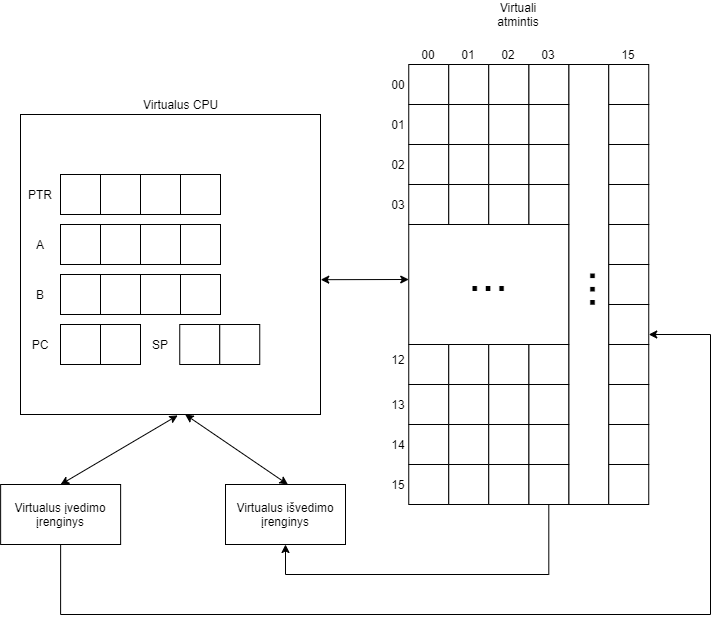
Before: 01lab/diagrams/virtual.png, a diagram exported from draw.io (jokubasb/My-OS). Source tidied: cells renumbered, new cells last; positions are measured from the earlier drawing's top-left corner, leaving out a move shared by most shapes.
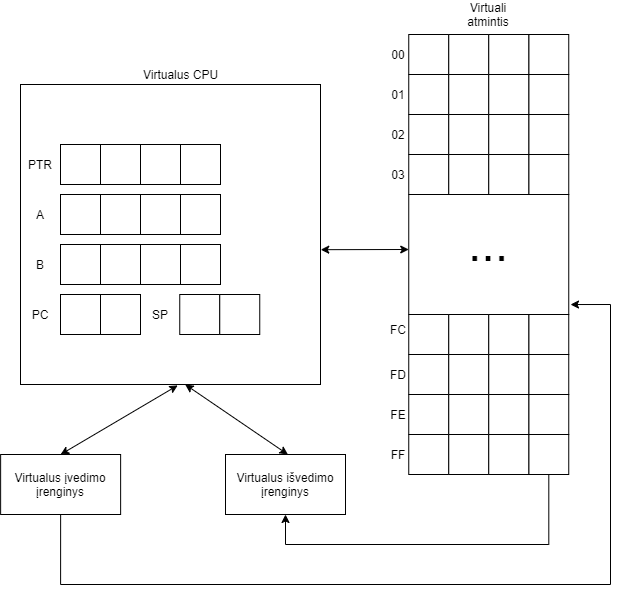
Later version of the same file.

What changed in the source:
```diff
@@ -44,12 +44,12 @@
     <mxCell id="15" value="A" style="text;html=1;strokeColor=none;fillColor=none;align=center;verticalAlign=middle;whiteSpace=wrap;rounded=0;" parent="1" vertex="1">
       <mxGeometry x="20" y="230" width="40" height="20" as="geometry" />
     </mxCell>
-    <mxCell id="16" style="edgeStyle=orthogonalEdgeStyle;rounded=0;jettySize=auto;html=1;entryX=1;entryY=0.75;entryDx=0;entryDy=0;exitX=0.5;exitY=1;exitDx=0;exitDy=0;" parent="1" edge="1" source="17" target="64">
+    <mxCell id="16" style="edgeStyle=orthogonalEdgeStyle;rounded=0;jettySize=auto;html=1;entryX=1.011;entryY=0.917;entryDx=0;entryDy=0;exitX=0.5;exitY=1;exitDx=0;exitDy=0;entryPerimeter=0;" parent="1" edge="1" source="17" target="41">
       <mxGeometry relative="1" as="geometry">
         <Array as="points">
           <mxPoint x="60" y="610" />
-          <mxPoint x="710" y="610" />
-          <mxPoint x="710" y="330" />
+          <mxPoint x="610" y="610" />
+          <mxPoint x="610" y="330" />
         </Array>
       </mxGeometry>
     </mxCell>
@@ -68,7 +68,7 @@
       </mxGeometry>
     </mxCell>
     <mxCell id="20" value="Virtuali&lt;br&gt;atmintis" style="text;html=1;strokeColor=none;fillColor=none;align=center;verticalAlign=middle;whiteSpace=wrap;rounded=0;" parent="1" vertex="1">
-      <mxGeometry x="498.2" width="40" height="20" as="geometry" />
+      <mxGeometry x="468.2" y="30" width="40" height="20" as="geometry" />
     </mxCell>
     <mxCell id="21" value="Virtualus CPU" style="text;html=1;align=center;verticalAlign=middle;" parent="1" vertex="1">
       <mxGeometry x="135" y="90" width="90" height="20" as="geometry" />
@@ -85,9 +85,6 @@
     <mxCell id="25" style="whiteSpace=wrap;html=1;" parent="1" vertex="1">
       <mxGeometry x="448.2" y="60" width="40" height="40" as="geometry" />
     </mxCell>
-    <mxCell id="26" style="rounded=0;whiteSpace=wrap;html=1;" parent="1" vertex="1">
-      <mxGeometry x="568.2" y="60" width="40" height="440" as="geometry" />
-    </mxCell>
     <mxCell id="27" style="whiteSpace=wrap;html=1;" parent="1" vertex="1">
       <mxGeometry x="528.2" y="100" width="40" height="40" as="geometry" />
     </mxCell>
@@ -100,12 +97,6 @@
     <mxCell id="30" style="whiteSpace=wrap;html=1;" parent="1" vertex="1">
       <mxGeometry x="488.2" y="60" width="40" height="40" as="geometry" />
     </mxCell>
-    <mxCell id="31" style="whiteSpace=wrap;html=1;" parent="1" vertex="1">
-      <mxGeometry x="608.2" y="100" width="40" height="40" as="geometry" />
-    </mxCell>
-    <mxCell id="32" style="whiteSpace=wrap;html=1;" parent="1" vertex="1">
-      <mxGeometry x="608.2" y="60" width="40" height="40" as="geometry" />
-    </mxCell>
     <mxCell id="33" style="whiteSpace=wrap;html=1;" parent="1" vertex="1">
       <mxGeometry x="408.2" y="180" width="40" height="40" as="geometry" />
     </mxCell>
@@ -190,39 +181,9 @@
     <mxCell id="58" style="whiteSpace=wrap;html=1;" parent="1" vertex="1">
       <mxGeometry x="488.2" y="420" width="40" height="40" as="geometry" />
     </mxCell>
-    <mxCell id="59" style="whiteSpace=wrap;html=1;" parent="1" vertex="1">
-      <mxGeometry x="608.2" y="180" width="40" height="40" as="geometry" />
-    </mxCell>
-    <mxCell id="60" style="whiteSpace=wrap;html=1;" parent="1" vertex="1">
-      <mxGeometry x="608.2" y="140" width="40" height="40" as="geometry" />
-    </mxCell>
-    <mxCell id="61" style="whiteSpace=wrap;html=1;" parent="1" vertex="1">
-      <mxGeometry x="608.2" y="260" width="40" height="40" as="geometry" />
-    </mxCell>
-    <mxCell id="62" style="whiteSpace=wrap;html=1;" parent="1" vertex="1">
-      <mxGeometry x="608.2" y="220" width="40" height="40" as="geometry" />
-    </mxCell>
-    <mxCell id="63" style="whiteSpace=wrap;html=1;" parent="1" vertex="1">
-      <mxGeometry x="608.2" y="340" width="40" height="40" as="geometry" />
-    </mxCell>
-    <mxCell id="64" style="whiteSpace=wrap;html=1;" parent="1" vertex="1">
-      <mxGeometry x="608.2" y="300" width="40" height="40" as="geometry" />
-    </mxCell>
-    <mxCell id="65" style="whiteSpace=wrap;html=1;" parent="1" vertex="1">
-      <mxGeometry x="608.2" y="420" width="40" height="40" as="geometry" />
-    </mxCell>
-    <mxCell id="66" style="whiteSpace=wrap;html=1;" parent="1" vertex="1">
-      <mxGeometry x="608.2" y="380" width="40" height="40" as="geometry" />
-    </mxCell>
-    <mxCell id="67" style="whiteSpace=wrap;html=1;" parent="1" vertex="1">
-      <mxGeometry x="608.2" y="460" width="40" height="40" as="geometry" />
-    </mxCell>
     <mxCell id="68" value="&lt;font style=&quot;font-size: 48px&quot;&gt;...&lt;/font&gt;" style="text;html=1;strokeColor=none;fillColor=none;align=center;verticalAlign=middle;whiteSpace=wrap;rounded=0;" parent="1" vertex="1">
       <mxGeometry x="468.2" y="260" width="40" height="20" as="geometry" />
     </mxCell>
-    <mxCell id="69" value="&lt;font style=&quot;font-size: 48px&quot;&gt;...&lt;/font&gt;" style="text;html=1;strokeColor=none;fillColor=none;align=center;verticalAlign=middle;whiteSpace=wrap;rounded=0;rotation=-90;" parent="1" vertex="1">
-      <mxGeometry x="558.2" y="275" width="40" height="20" as="geometry" />
-    </mxCell>
     <mxCell id="70" value="00" style="text;html=1;strokeColor=none;fillColor=none;align=center;verticalAlign=middle;whiteSpace=wrap;rounded=0;" parent="1" vertex="1">
       <mxGeometry x="378.2" y="70" width="40" height="20" as="geometry" />
     </mxCell>
@@ -235,33 +196,18 @@
     <mxCell id="73" value="02" style="text;html=1;strokeColor=none;fillColor=none;align=center;verticalAlign=middle;whiteSpace=wrap;rounded=0;" parent="1" vertex="1">
       <mxGeometry x="378.2" y="150" width="40" height="20" as="geometry" />
     </mxCell>
-    <mxCell id="74" value="15" style="text;html=1;strokeColor=none;fillColor=none;align=center;verticalAlign=middle;whiteSpace=wrap;rounded=0;" parent="1" vertex="1">
+    <mxCell id="74" value="FF" style="text;html=1;strokeColor=none;fillColor=none;align=center;verticalAlign=middle;whiteSpace=wrap;rounded=0;" parent="1" vertex="1">
       <mxGeometry x="378.2" y="470" width="40" height="20" as="geometry" />
     </mxCell>
-    <mxCell id="75" value="14" style="text;html=1;strokeColor=none;fillColor=none;align=center;verticalAlign=middle;whiteSpace=wrap;rounded=0;" parent="1" vertex="1">
+    <mxCell id="75" value="FE" style="text;html=1;strokeColor=none;fillColor=none;align=center;verticalAlign=middle;whiteSpace=wrap;rounded=0;" parent="1" vertex="1">
       <mxGeometry x="378.2" y="430" width="40" height="20" as="geometry" />
     </mxCell>
-    <mxCell id="76" value="13" style="text;html=1;strokeColor=none;fillColor=none;align=center;verticalAlign=middle;whiteSpace=wrap;rounded=0;" parent="1" vertex="1">
+    <mxCell id="76" value="FD" style="text;html=1;strokeColor=none;fillColor=none;align=center;verticalAlign=middle;whiteSpace=wrap;rounded=0;" parent="1" vertex="1">
       <mxGeometry x="378.2" y="390" width="40" height="20" as="geometry" />
     </mxCell>
-    <mxCell id="77" value="12" style="text;html=1;strokeColor=none;fillColor=none;align=center;verticalAlign=middle;whiteSpace=wrap;rounded=0;" parent="1" vertex="1">
+    <mxCell id="77" value="FC" style="text;html=1;strokeColor=none;fillColor=none;align=center;verticalAlign=middle;whiteSpace=wrap;rounded=0;" parent="1" vertex="1">
       <mxGeometry x="378.2" y="345" width="40" height="20" as="geometry" />
     </mxCell>
-    <mxCell id="78" value="00" style="text;html=1;strokeColor=none;fillColor=none;align=center;verticalAlign=middle;whiteSpace=wrap;rounded=0;" parent="1" vertex="1">
-      <mxGeometry x="408.2" y="40" width="40" height="20" as="geometry" />
-    </mxCell>
-    <mxCell id="79" value="01" style="text;html=1;strokeColor=none;fillColor=none;align=center;verticalAlign=middle;whiteSpace=wrap;rounded=0;" parent="1" vertex="1">
-      <mxGeometry x="448.2" y="40" width="40" height="20" as="geometry" />
-    </mxCell>
-    <mxCell id="80" value="02" style="text;html=1;strokeColor=none;fillColor=none;align=center;verticalAlign=middle;whiteSpace=wrap;rounded=0;" parent="1" vertex="1">
-      <mxGeometry x="488.2" y="40" width="40" height="20" as="geometry" />
-    </mxCell>
-    <mxCell id="81" value="03" style="text;html=1;strokeColor=none;fillColor=none;align=center;verticalAlign=middle;whiteSpace=wrap;rounded=0;" parent="1" vertex="1">
-      <mxGeometry x="528.2" y="40" width="40" height="20" as="geometry" />
-    </mxCell>
-    <mxCell id="82" value="15" style="text;html=1;strokeColor=none;fillColor=none;align=center;verticalAlign=middle;whiteSpace=wrap;rounded=0;" parent="1" vertex="1">
-      <mxGeometry x="608.2" y="40" width="40" height="20" as="geometry" />
-    </mxCell>
     <mxCell id="83" style="endArrow=classic;startArrow=classic;html=1;exitX=0.5;exitY=0;exitDx=0;exitDy=0;entryX=0.524;entryY=1.003;entryDx=0;entryDy=0;entryPerimeter=0;" parent="1" edge="1" source="17" target="2">
       <mxGeometry relative="1" as="geometry" />
     </mxCell>
```
